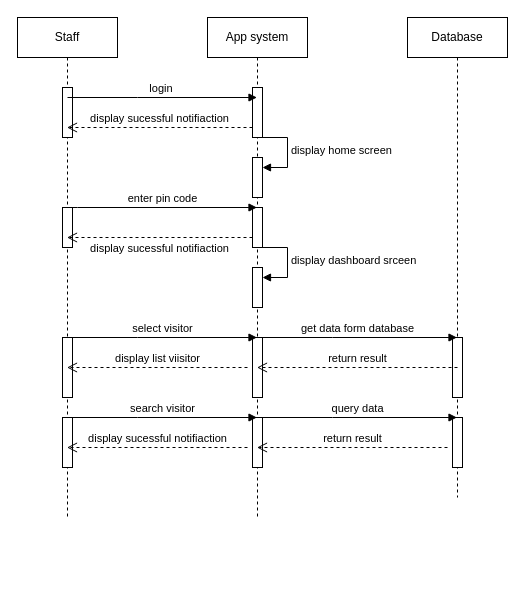
The draw.io diagram diagram/Sequence Diagram 2.drawio in duongminhthanh/app_system_management_visitor_for_old_aparment, before the edit. Source tidied: cells renumbered, new cells numbered last; positions are measured from the earlier drawing's top-left corner, leaving out a move shared by most shapes. Both pictures are drawn from the tidied source at 100%, with x=0, y=0 at pixel (17, 17).
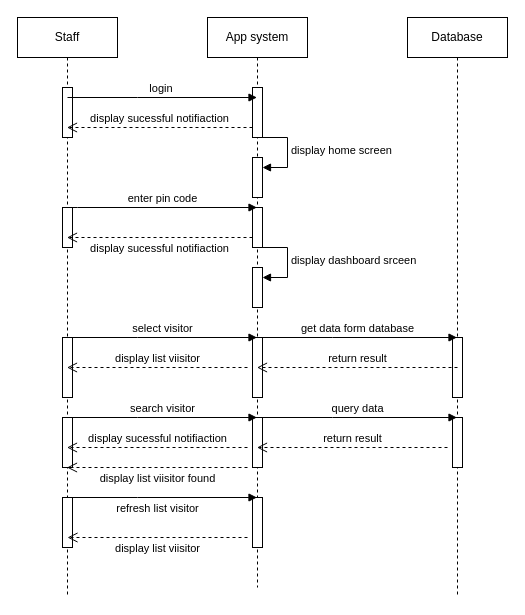
The same diagram, later.

The edit, as a diff of the source:
```diff
@@
     <mxCell id="2" value="Staff" style="shape=umlLifeline;perimeter=lifelinePerimeter;whiteSpace=wrap;html=1;outlineConnect=0;portConstraint=eastwest;newEdgeStyle={&quot;edgeStyle&quot;:&quot;elbowEdgeStyle&quot;,&quot;elbow&quot;:&quot;vertical&quot;,&quot;curved&quot;:0,&quot;rounded&quot;:0};" parent="1" vertex="1">
-      <mxGeometry width="100" height="500" as="geometry" />
+      <mxGeometry width="100" height="580" as="geometry" />
     </mxCell>
@@
+    <mxCell id="31" style="html=1;perimeter=orthogonalPerimeter;targetShapes=umlLifeline;newEdgeStyle={&quot;edgeStyle&quot;:&quot;elbowEdgeStyle&quot;,&quot;elbow&quot;:&quot;vertical&quot;,&quot;curved&quot;:0,&quot;rounded&quot;:0};" parent="2" vertex="1">
+      <mxGeometry x="45" y="480" width="10" height="50" as="geometry" />
+    </mxCell>
     <mxCell id="7" value="App system" style="shape=umlLifeline;perimeter=lifelinePerimeter;whiteSpace=wrap;html=1;outlineConnect=0;portConstraint=eastwest;newEdgeStyle={&quot;edgeStyle&quot;:&quot;elbowEdgeStyle&quot;,&quot;elbow&quot;:&quot;vertical&quot;,&quot;curved&quot;:0,&quot;rounded&quot;:0};" parent="1" vertex="1">
-      <mxGeometry x="190" width="100" height="500" as="geometry" />
+      <mxGeometry x="190" width="100" height="570" as="geometry" />
     </mxCell>
@@
+    <mxCell id="32" style="html=1;perimeter=orthogonalPerimeter;targetShapes=umlLifeline;newEdgeStyle={&quot;edgeStyle&quot;:&quot;elbowEdgeStyle&quot;,&quot;elbow&quot;:&quot;vertical&quot;,&quot;curved&quot;:0,&quot;rounded&quot;:0};" parent="7" vertex="1">
+      <mxGeometry x="45" y="480" width="10" height="50" as="geometry" />
+    </mxCell>
     <mxCell id="16" value="Database" style="shape=umlLifeline;perimeter=lifelinePerimeter;whiteSpace=wrap;html=1;outlineConnect=0;portConstraint=eastwest;newEdgeStyle={&quot;edgeStyle&quot;:&quot;elbowEdgeStyle&quot;,&quot;elbow&quot;:&quot;vertical&quot;,&quot;curved&quot;:0,&quot;rounded&quot;:0};" parent="1" vertex="1">
-      <mxGeometry x="390" width="100" height="480" as="geometry" />
+      <mxGeometry x="390" width="100" height="580" as="geometry" />
     </mxCell>
@@
+    <mxCell id="33" value="display list viisitor found" style="html=1;verticalAlign=bottom;endArrow=open;dashed=1;endSize=8;edgeStyle=elbowEdgeStyle;elbow=vertical;curved=0;rounded=0;" parent="1" edge="1" target="2">
+      <mxGeometry y="20" relative="1" as="geometry">
+        <mxPoint x="230" y="450" as="sourcePoint" />
+      </mxGeometry>
+    </mxCell>
+    <mxCell id="34" value="refresh list visitor" style="html=1;verticalAlign=bottom;endArrow=block;edgeStyle=elbowEdgeStyle;elbow=vertical;curved=0;rounded=0;" parent="1" edge="1" target="7">
+      <mxGeometry x="-0.05" y="-20" relative="1" as="geometry">
+        <mxPoint x="50" y="480" as="sourcePoint" />
+      </mxGeometry>
+    </mxCell>
+    <mxCell id="35" value="display list viisitor" style="html=1;verticalAlign=bottom;endArrow=open;dashed=1;endSize=8;edgeStyle=elbowEdgeStyle;elbow=vertical;curved=0;rounded=0;" parent="1" edge="1">
+      <mxGeometry y="20" relative="1" as="geometry">
+        <mxPoint x="230" y="520" as="sourcePoint" />
+        <mxPoint x="50" y="520" as="targetPoint" />
+      </mxGeometry>
+    </mxCell>
```
